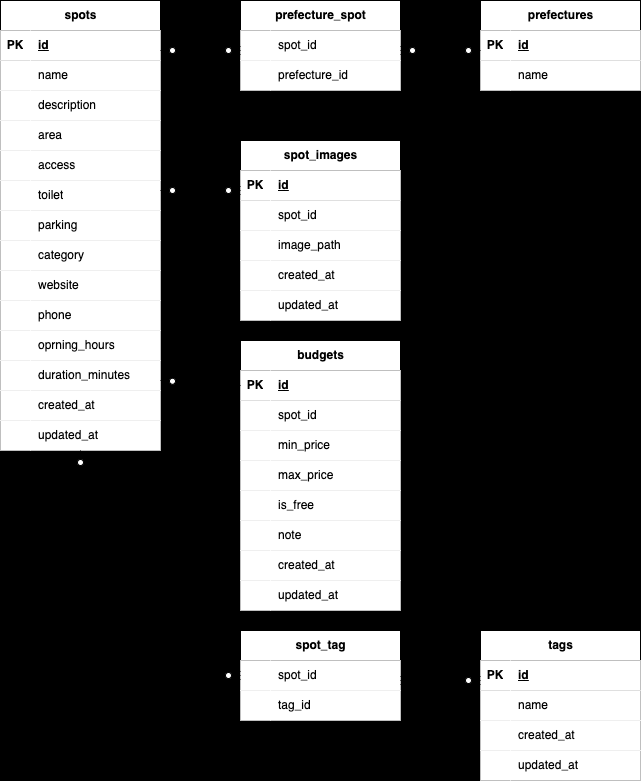
This is .drawio.png from Koharu5810/shiorip, a draw.io export, as it was before one commit. Source tidied: cells renumbered, new cells last; positions are measured from the earlier drawing's top-left corner, leaving out a move shared by most shapes.
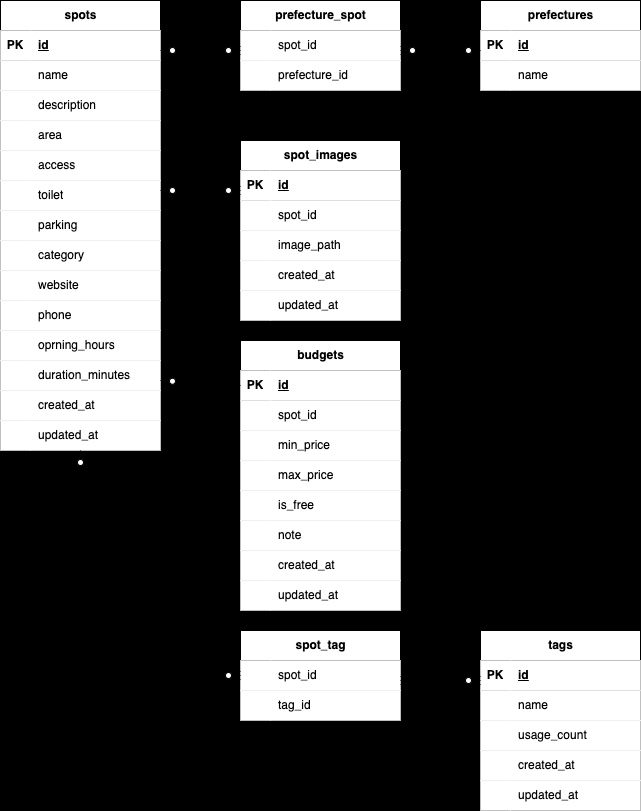
Above is the later version.

The edit, as a diff of the source:
```diff
@@ -227,7 +227,7 @@
       <mxGeometry x="30" width="130" height="30" as="geometry" />
     </mxCell>
     <mxCell id="76" value="tags" style="shape=table;startSize=30;rowLines=0;fontStyle=1;align=center;html=1;" parent="1" vertex="1">
-      <mxGeometry x="480" y="630" width="160" height="150" as="geometry" />
+      <mxGeometry x="480" y="630" width="160" height="180" as="geometry" />
     </mxCell>
     <mxCell id="77" style="shape=tableRow;horizontal=0;startSize=0;swimlaneHead=0;swimlaneBody=0;top=0;left=0;right=0;bottom=1;" parent="76" vertex="1">
       <mxGeometry y="30" width="160" height="30" as="geometry" />
@@ -247,8 +247,17 @@
     <mxCell id="82" value="name" style="shape=partialRectangle;top=0;left=0;bottom=0;right=0;align=left;spacingLeft=6;overflow=hidden;whiteSpace=wrap;html=1;" parent="80" vertex="1">
       <mxGeometry x="30" width="130" height="30" as="geometry" />
     </mxCell>
+    <mxCell id="127" style="shape=tableRow;horizontal=0;startSize=0;swimlaneHead=0;swimlaneBody=0;top=0;left=0;right=0;bottom=0;" parent="76" vertex="1">
+      <mxGeometry y="90" width="160" height="30" as="geometry" />
+    </mxCell>
+    <mxCell id="128" style="shape=partialRectangle;top=0;left=0;bottom=0;right=0;overflow=hidden;whiteSpace=wrap;html=1;" parent="127" vertex="1">
+      <mxGeometry width="30" height="30" as="geometry" />
+    </mxCell>
+    <mxCell id="129" value="usage_count" style="shape=partialRectangle;top=0;left=0;bottom=0;right=0;align=left;spacingLeft=6;overflow=hidden;whiteSpace=wrap;html=1;" parent="127" vertex="1">
+      <mxGeometry x="30" width="130" height="30" as="geometry" />
+    </mxCell>
     <mxCell id="83" style="shape=tableRow;horizontal=0;startSize=0;swimlaneHead=0;swimlaneBody=0;top=0;left=0;right=0;bottom=0;" parent="76" vertex="1">
-      <mxGeometry y="90" width="160" height="30" as="geometry" />
+      <mxGeometry y="120" width="160" height="30" as="geometry" />
     </mxCell>
     <mxCell id="84" style="shape=partialRectangle;top=0;left=0;bottom=0;right=0;overflow=hidden;whiteSpace=wrap;html=1;" parent="83" vertex="1">
       <mxGeometry width="30" height="30" as="geometry" />
@@ -257,7 +266,7 @@
       <mxGeometry x="30" width="130" height="30" as="geometry" />
     </mxCell>
     <mxCell id="86" style="shape=tableRow;horizontal=0;startSize=0;swimlaneHead=0;swimlaneBody=0;top=0;left=0;right=0;bottom=0;" parent="76" vertex="1">
-      <mxGeometry y="120" width="160" height="30" as="geometry" />
+      <mxGeometry y="150" width="160" height="30" as="geometry" />
     </mxCell>
     <mxCell id="87" style="shape=partialRectangle;top=0;left=0;bottom=0;right=0;overflow=hidden;whiteSpace=wrap;html=1;" parent="86" vertex="1">
       <mxGeometry width="30" height="30" as="geometry" />
```
